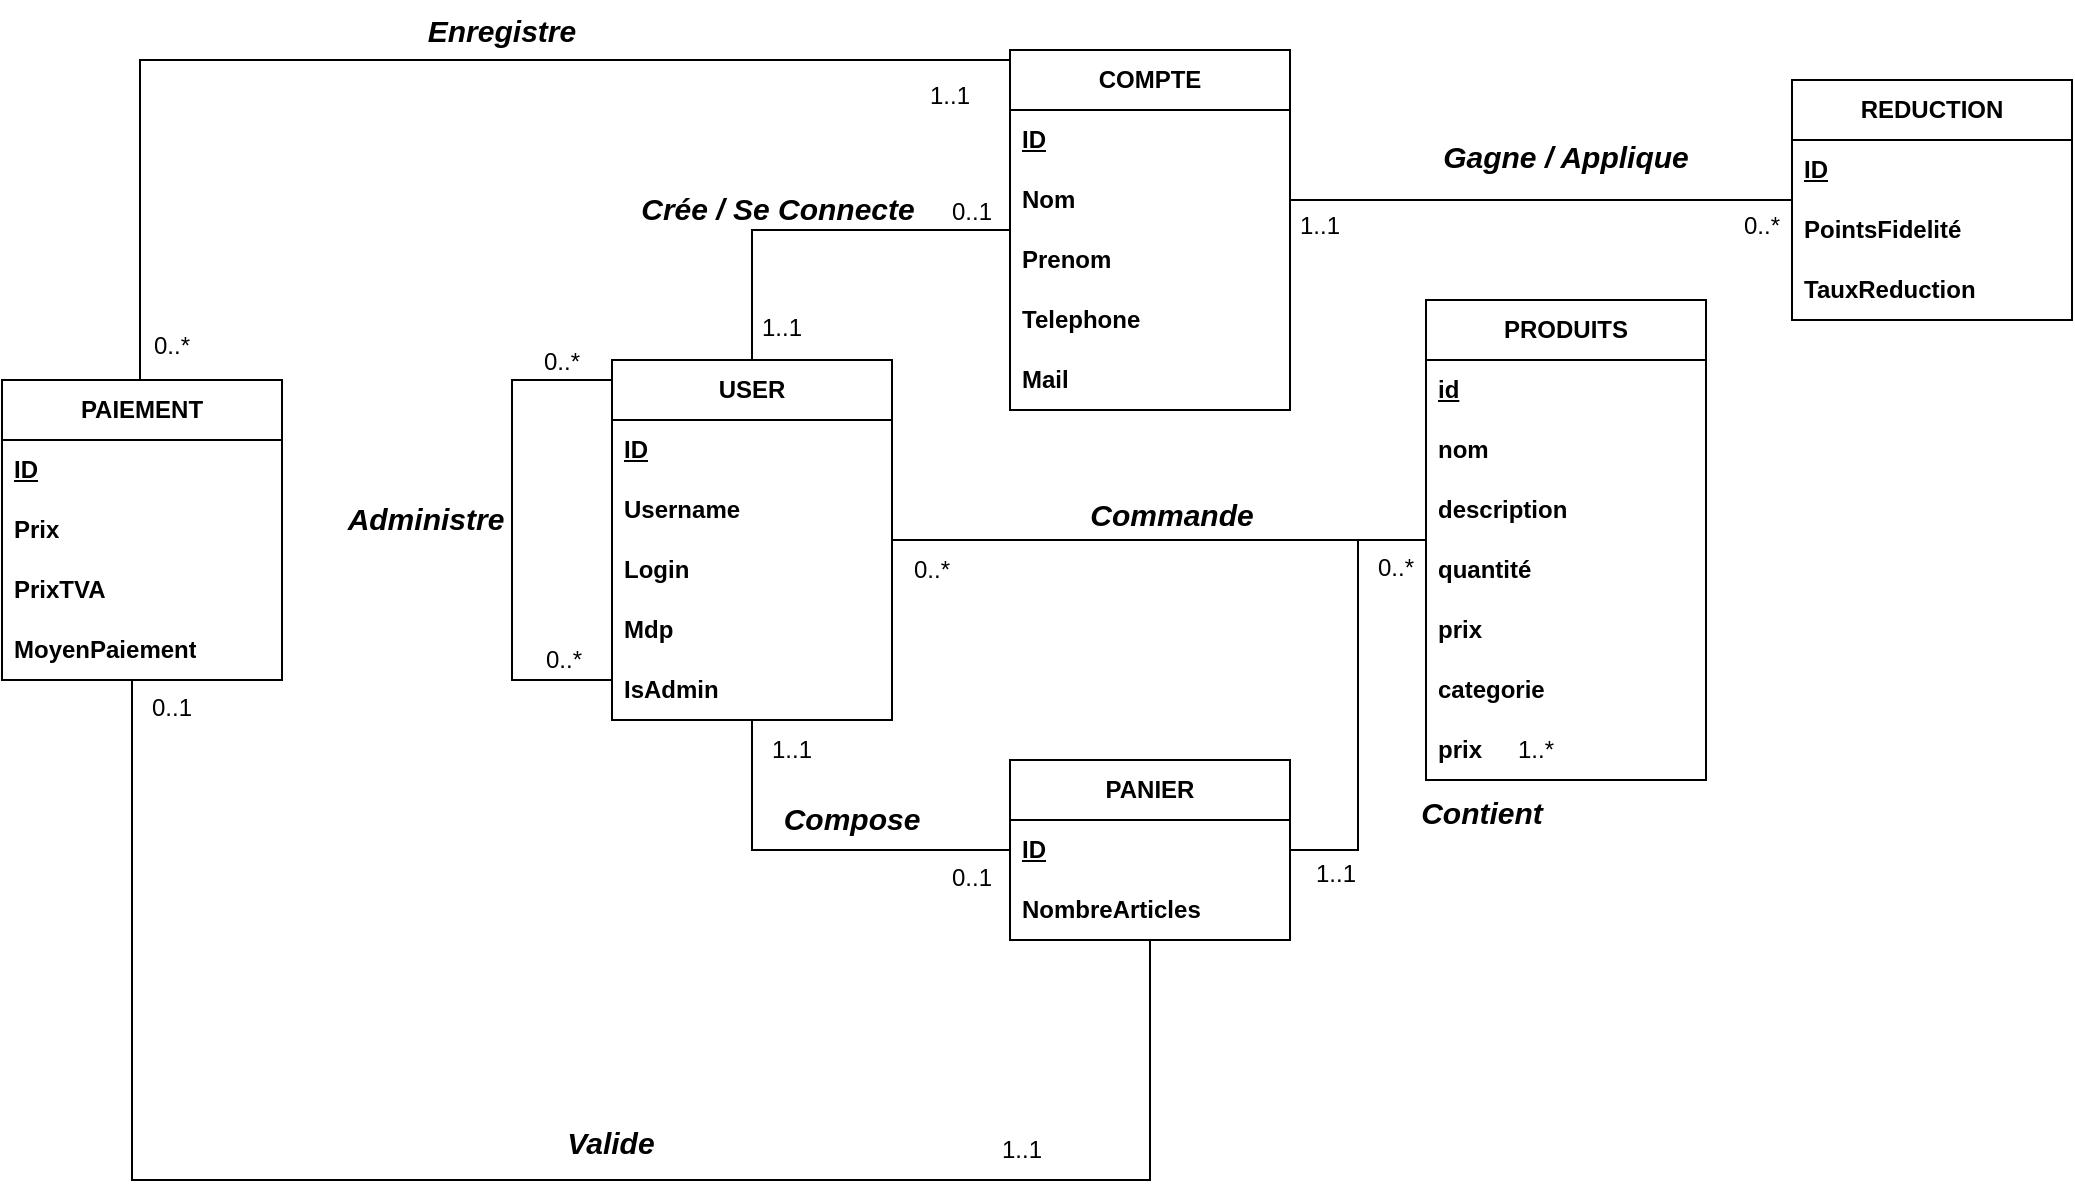
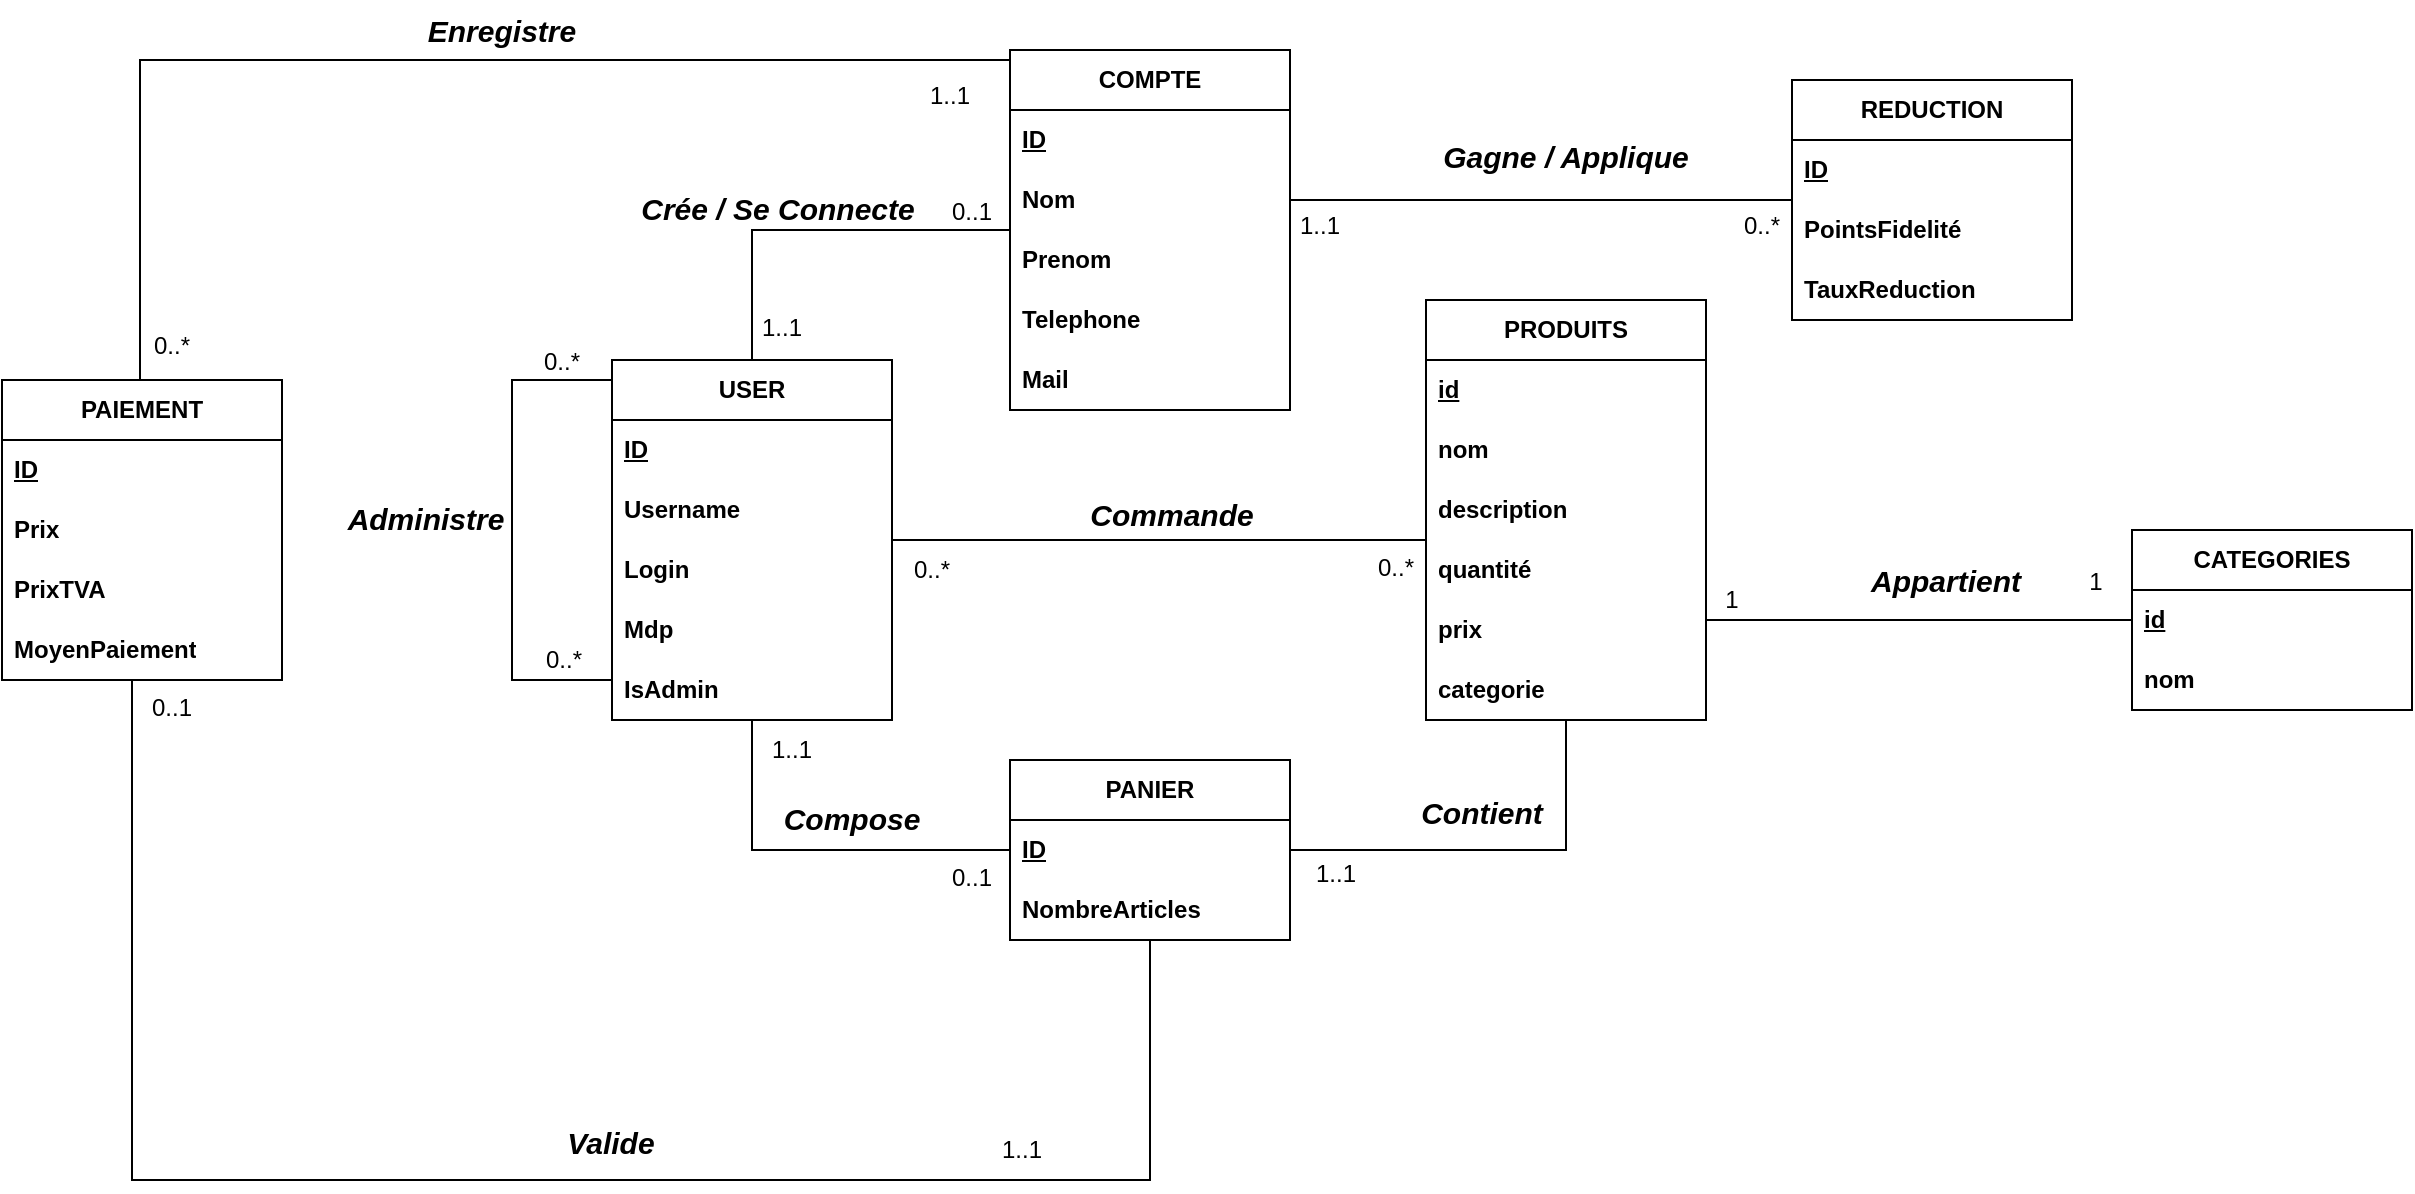
<mxfile host="app.diagrams.net" agent="Mozilla/5.0 (Windows NT 10.0; Win64; x64) AppleWebKit/537.36 (KHTML, like Gecko) Chrome/144.0.0.0 Safari/537.36">
  <diagram name="Page-1" id="twaHEqMDjoDLKVLHnj4T">
-     <mxGraphModel dx="1363" dy="422" grid="1" gridSize="10" guides="1" tooltips="1" connect="1" arrows="1" fold="1" page="1" pageScale="1" pageWidth="827" pageHeight="1169" math="0" shadow="0">
+     <mxGraphModel dx="808" dy="425" grid="1" gridSize="10" guides="1" tooltips="1" connect="1" arrows="1" fold="1" page="1" pageScale="1" pageWidth="827" pageHeight="1169" math="0" shadow="0">
      <root>
        <mxCell id="0" />
        <mxCell id="1" parent="0" />
        <mxCell id="p3Nl3JeS0iywLz82FqbD-1" parent="1" style="swimlane;fontStyle=1;childLayout=stackLayout;horizontal=1;startSize=30;horizontalStack=0;resizeParent=1;resizeParentMax=0;resizeLast=0;collapsible=1;marginBottom=0;whiteSpace=wrap;html=1;" value="PANIER" vertex="1">
          <mxGeometry height="90" width="140" x="809" y="730" as="geometry" />
        </mxCell>
        <mxCell id="p3Nl3JeS0iywLz82FqbD-2" parent="p3Nl3JeS0iywLz82FqbD-1" style="text;strokeColor=none;fillColor=none;align=left;verticalAlign=middle;spacingLeft=4;spacingRight=4;overflow=hidden;points=[[0,0.5],[1,0.5]];portConstraint=eastwest;rotatable=0;whiteSpace=wrap;html=1;fontStyle=1" value="&lt;u&gt;ID&lt;/u&gt;" vertex="1">
          <mxGeometry height="30" width="140" y="30" as="geometry" />
        </mxCell>
        <mxCell id="p3Nl3JeS0iywLz82FqbD-3" parent="p3Nl3JeS0iywLz82FqbD-1" style="text;strokeColor=none;fillColor=none;align=left;verticalAlign=middle;spacingLeft=4;spacingRight=4;overflow=hidden;points=[[0,0.5],[1,0.5]];portConstraint=eastwest;rotatable=0;whiteSpace=wrap;html=1;fontStyle=1" value="NombreArticles" vertex="1">
          <mxGeometry height="30" width="140" y="60" as="geometry" />
        </mxCell>
        <mxCell id="p3Nl3JeS0iywLz82FqbD-7" parent="1" style="swimlane;fontStyle=1;childLayout=stackLayout;horizontal=1;startSize=30;horizontalStack=0;resizeParent=1;resizeParentMax=0;resizeLast=0;collapsible=1;marginBottom=0;whiteSpace=wrap;html=1;" value="USER" vertex="1">
          <mxGeometry height="180" width="140" x="610" y="530" as="geometry" />
        </mxCell>
        <mxCell id="p3Nl3JeS0iywLz82FqbD-8" parent="p3Nl3JeS0iywLz82FqbD-7" style="text;strokeColor=none;fillColor=none;align=left;verticalAlign=middle;spacingLeft=4;spacingRight=4;overflow=hidden;points=[[0,0.5],[1,0.5]];portConstraint=eastwest;rotatable=0;whiteSpace=wrap;html=1;fontStyle=1" value="&lt;u&gt;ID&lt;/u&gt;" vertex="1">
          <mxGeometry height="30" width="140" y="30" as="geometry" />
        </mxCell>
        <mxCell id="p3Nl3JeS0iywLz82FqbD-9" parent="p3Nl3JeS0iywLz82FqbD-7" style="text;strokeColor=none;fillColor=none;align=left;verticalAlign=middle;spacingLeft=4;spacingRight=4;overflow=hidden;points=[[0,0.5],[1,0.5]];portConstraint=eastwest;rotatable=0;whiteSpace=wrap;html=1;fontStyle=1" value="Username" vertex="1">
          <mxGeometry height="30" width="140" y="60" as="geometry" />
        </mxCell>
        <mxCell id="p3Nl3JeS0iywLz82FqbD-10" parent="p3Nl3JeS0iywLz82FqbD-7" style="text;strokeColor=none;fillColor=none;align=left;verticalAlign=middle;spacingLeft=4;spacingRight=4;overflow=hidden;points=[[0,0.5],[1,0.5]];portConstraint=eastwest;rotatable=0;whiteSpace=wrap;html=1;fontStyle=1" value="Login" vertex="1">
          <mxGeometry height="30" width="140" y="90" as="geometry" />
        </mxCell>
        <mxCell id="p3Nl3JeS0iywLz82FqbD-11" parent="p3Nl3JeS0iywLz82FqbD-7" style="text;strokeColor=none;fillColor=none;align=left;verticalAlign=middle;spacingLeft=4;spacingRight=4;overflow=hidden;points=[[0,0.5],[1,0.5]];portConstraint=eastwest;rotatable=0;whiteSpace=wrap;html=1;fontStyle=1" value="Mdp" vertex="1">
          <mxGeometry height="30" width="140" y="120" as="geometry" />
        </mxCell>
        <mxCell id="p3Nl3JeS0iywLz82FqbD-12" parent="p3Nl3JeS0iywLz82FqbD-7" style="text;strokeColor=none;fillColor=none;align=left;verticalAlign=middle;spacingLeft=4;spacingRight=4;overflow=hidden;points=[[0,0.5],[1,0.5]];portConstraint=eastwest;rotatable=0;whiteSpace=wrap;html=1;fontStyle=1" value="IsAdmin" vertex="1">
          <mxGeometry height="30" width="140" y="150" as="geometry" />
        </mxCell>
        <mxCell id="p3Nl3JeS0iywLz82FqbD-13" parent="1" style="swimlane;fontStyle=1;childLayout=stackLayout;horizontal=1;startSize=30;horizontalStack=0;resizeParent=1;resizeParentMax=0;resizeLast=0;collapsible=1;marginBottom=0;whiteSpace=wrap;html=1;" value="PRODUITS" vertex="1">
-           <mxGeometry height="240" width="140" x="1017" y="500" as="geometry" />
+           <mxGeometry height="210" width="140" x="1017" y="500" as="geometry" />
        </mxCell>
        <mxCell id="p3Nl3JeS0iywLz82FqbD-14" parent="p3Nl3JeS0iywLz82FqbD-13" style="text;strokeColor=none;fillColor=none;align=left;verticalAlign=middle;spacingLeft=4;spacingRight=4;overflow=hidden;points=[[0,0.5],[1,0.5]];portConstraint=eastwest;rotatable=0;whiteSpace=wrap;html=1;fontStyle=1" value="&lt;u&gt;id&lt;/u&gt;" vertex="1">
          <mxGeometry height="30" width="140" y="30" as="geometry" />
        </mxCell>
        <mxCell id="p3Nl3JeS0iywLz82FqbD-15" parent="p3Nl3JeS0iywLz82FqbD-13" style="text;strokeColor=none;fillColor=none;align=left;verticalAlign=middle;spacingLeft=4;spacingRight=4;overflow=hidden;points=[[0,0.5],[1,0.5]];portConstraint=eastwest;rotatable=0;whiteSpace=wrap;html=1;fontStyle=1" value="nom" vertex="1">
          <mxGeometry height="30" width="140" y="60" as="geometry" />
        </mxCell>
        <mxCell id="p3Nl3JeS0iywLz82FqbD-16" parent="p3Nl3JeS0iywLz82FqbD-13" style="text;strokeColor=none;fillColor=none;align=left;verticalAlign=middle;spacingLeft=4;spacingRight=4;overflow=hidden;points=[[0,0.5],[1,0.5]];portConstraint=eastwest;rotatable=0;whiteSpace=wrap;html=1;fontStyle=1" value="description" vertex="1">
          <mxGeometry height="30" width="140" y="90" as="geometry" />
        </mxCell>
        <mxCell id="p3Nl3JeS0iywLz82FqbD-17" parent="p3Nl3JeS0iywLz82FqbD-13" style="text;strokeColor=none;fillColor=none;align=left;verticalAlign=middle;spacingLeft=4;spacingRight=4;overflow=hidden;points=[[0,0.5],[1,0.5]];portConstraint=eastwest;rotatable=0;whiteSpace=wrap;html=1;fontStyle=1" value="quantité" vertex="1">
          <mxGeometry height="30" width="140" y="120" as="geometry" />
        </mxCell>
        <mxCell id="lM0T7axmJvnzN0eevDfh-2" parent="p3Nl3JeS0iywLz82FqbD-13" style="text;strokeColor=none;fillColor=none;align=left;verticalAlign=middle;spacingLeft=4;spacingRight=4;overflow=hidden;points=[[0,0.5],[1,0.5]];portConstraint=eastwest;rotatable=0;whiteSpace=wrap;html=1;fontStyle=1" value="prix" vertex="1">
          <mxGeometry height="30" width="140" y="150" as="geometry" />
        </mxCell>
        <mxCell id="p3Nl3JeS0iywLz82FqbD-18" parent="p3Nl3JeS0iywLz82FqbD-13" style="text;strokeColor=none;fillColor=none;align=left;verticalAlign=middle;spacingLeft=4;spacingRight=4;overflow=hidden;points=[[0,0.5],[1,0.5]];portConstraint=eastwest;rotatable=0;whiteSpace=wrap;html=1;fontStyle=1" value="categorie" vertex="1">
          <mxGeometry height="30" width="140" y="180" as="geometry" />
        </mxCell>
-         <mxCell id="lM0T7axmJvnzN0eevDfh-3" parent="p3Nl3JeS0iywLz82FqbD-13" style="text;strokeColor=none;fillColor=none;align=left;verticalAlign=middle;spacingLeft=4;spacingRight=4;overflow=hidden;points=[[0,0.5],[1,0.5]];portConstraint=eastwest;rotatable=0;whiteSpace=wrap;html=1;fontStyle=1" value="prix" vertex="1">
-           <mxGeometry height="30" width="140" y="210" as="geometry" />
-         </mxCell>
        <mxCell id="p3Nl3JeS0iywLz82FqbD-20" parent="1" style="swimlane;fontStyle=1;childLayout=stackLayout;horizontal=1;startSize=30;horizontalStack=0;resizeParent=1;resizeParentMax=0;resizeLast=0;collapsible=1;marginBottom=0;whiteSpace=wrap;html=1;" value="COMPTE" vertex="1">
          <mxGeometry height="180" width="140" x="809" y="375" as="geometry" />
        </mxCell>
        <mxCell id="p3Nl3JeS0iywLz82FqbD-21" parent="p3Nl3JeS0iywLz82FqbD-20" style="text;strokeColor=none;fillColor=none;align=left;verticalAlign=middle;spacingLeft=4;spacingRight=4;overflow=hidden;points=[[0,0.5],[1,0.5]];portConstraint=eastwest;rotatable=0;whiteSpace=wrap;html=1;fontStyle=1" value="&lt;u&gt;ID&lt;/u&gt;" vertex="1">
          <mxGeometry height="30" width="140" y="30" as="geometry" />
        </mxCell>
        <mxCell id="p3Nl3JeS0iywLz82FqbD-22" parent="p3Nl3JeS0iywLz82FqbD-20" style="text;strokeColor=none;fillColor=none;align=left;verticalAlign=middle;spacingLeft=4;spacingRight=4;overflow=hidden;points=[[0,0.5],[1,0.5]];portConstraint=eastwest;rotatable=0;whiteSpace=wrap;html=1;fontStyle=1" value="Nom" vertex="1">
          <mxGeometry height="30" width="140" y="60" as="geometry" />
        </mxCell>
        <mxCell id="p3Nl3JeS0iywLz82FqbD-23" parent="p3Nl3JeS0iywLz82FqbD-20" style="text;strokeColor=none;fillColor=none;align=left;verticalAlign=middle;spacingLeft=4;spacingRight=4;overflow=hidden;points=[[0,0.5],[1,0.5]];portConstraint=eastwest;rotatable=0;whiteSpace=wrap;html=1;fontStyle=1" value="Prenom" vertex="1">
          <mxGeometry height="30" width="140" y="90" as="geometry" />
        </mxCell>
        <mxCell id="p3Nl3JeS0iywLz82FqbD-24" parent="p3Nl3JeS0iywLz82FqbD-20" style="text;strokeColor=none;fillColor=none;align=left;verticalAlign=middle;spacingLeft=4;spacingRight=4;overflow=hidden;points=[[0,0.5],[1,0.5]];portConstraint=eastwest;rotatable=0;whiteSpace=wrap;html=1;fontStyle=1" value="Telephone" vertex="1">
          <mxGeometry height="30" width="140" y="120" as="geometry" />
        </mxCell>
        <mxCell id="p3Nl3JeS0iywLz82FqbD-25" parent="p3Nl3JeS0iywLz82FqbD-20" style="text;strokeColor=none;fillColor=none;align=left;verticalAlign=middle;spacingLeft=4;spacingRight=4;overflow=hidden;points=[[0,0.5],[1,0.5]];portConstraint=eastwest;rotatable=0;whiteSpace=wrap;html=1;fontStyle=1" value="Mail" vertex="1">
          <mxGeometry height="30" width="140" y="150" as="geometry" />
        </mxCell>
        <mxCell id="p3Nl3JeS0iywLz82FqbD-28" edge="1" parent="1" source="p3Nl3JeS0iywLz82FqbD-13" style="edgeStyle=orthogonalEdgeStyle;rounded=0;orthogonalLoop=1;jettySize=auto;html=1;endArrow=none;endFill=0;" target="p3Nl3JeS0iywLz82FqbD-7">
          <mxGeometry relative="1" as="geometry">
            <Array as="points">
              <mxPoint x="950" y="620" />
              <mxPoint x="950" y="620" />
            </Array>
            <mxPoint x="920" y="560" as="sourcePoint" />
            <mxPoint x="940.0000000000052" y="635" as="targetPoint" />
          </mxGeometry>
        </mxCell>
        <mxCell id="p3Nl3JeS0iywLz82FqbD-29" parent="1" style="text;html=1;whiteSpace=wrap;strokeColor=none;fillColor=none;align=center;verticalAlign=middle;rounded=0;" value="0..*" vertex="1">
          <mxGeometry height="30" width="60" x="740" y="620" as="geometry" />
        </mxCell>
        <mxCell id="p3Nl3JeS0iywLz82FqbD-30" parent="1" style="text;html=1;whiteSpace=wrap;strokeColor=none;fillColor=none;align=center;verticalAlign=middle;rounded=0;" value="0..*" vertex="1">
          <mxGeometry height="30" width="60" x="972" y="619" as="geometry" />
        </mxCell>
-         <mxCell id="p3Nl3JeS0iywLz82FqbD-31" parent="1" style="text;html=1;whiteSpace=wrap;strokeColor=none;fillColor=none;align=center;verticalAlign=middle;rounded=0;" value="1..*" vertex="1">
-           <mxGeometry height="30" width="60" x="1042" y="710" as="geometry" />
-         </mxCell>
        <mxCell id="p3Nl3JeS0iywLz82FqbD-32" parent="1" style="text;html=1;whiteSpace=wrap;strokeColor=none;fillColor=none;align=center;verticalAlign=middle;rounded=0;" value="1..1" vertex="1">
          <mxGeometry height="30" width="60" x="942" y="772" as="geometry" />
        </mxCell>
        <mxCell id="p3Nl3JeS0iywLz82FqbD-39" edge="1" parent="1" source="p3Nl3JeS0iywLz82FqbD-7" style="edgeStyle=orthogonalEdgeStyle;rounded=0;orthogonalLoop=1;jettySize=auto;html=1;exitX=0.5;exitY=0;exitDx=0;exitDy=0;endArrow=none;endFill=0;" target="p3Nl3JeS0iywLz82FqbD-20">
          <mxGeometry relative="1" as="geometry">
            <mxPoint x="900" y="680" as="sourcePoint" />
            <mxPoint x="680" y="490" as="targetPoint" />
          </mxGeometry>
        </mxCell>
        <mxCell id="p3Nl3JeS0iywLz82FqbD-42" edge="1" parent="1" source="p3Nl3JeS0iywLz82FqbD-47" style="edgeStyle=orthogonalEdgeStyle;rounded=0;orthogonalLoop=1;jettySize=auto;html=1;entryX=1;entryY=0.5;entryDx=0;entryDy=0;endArrow=none;endFill=0;" target="p3Nl3JeS0iywLz82FqbD-22">
          <mxGeometry relative="1" as="geometry">
            <mxPoint x="1014" y="450" as="sourcePoint" />
            <mxPoint x="960" y="450" as="targetPoint" />
          </mxGeometry>
        </mxCell>
        <mxCell id="p3Nl3JeS0iywLz82FqbD-43" parent="1" style="text;html=1;whiteSpace=wrap;strokeColor=none;fillColor=none;align=center;verticalAlign=middle;rounded=0;" value="1..1" vertex="1">
          <mxGeometry height="30" width="60" x="665" y="499" as="geometry" />
        </mxCell>
        <mxCell id="p3Nl3JeS0iywLz82FqbD-44" parent="1" style="text;html=1;whiteSpace=wrap;strokeColor=none;fillColor=none;align=center;verticalAlign=middle;rounded=0;" value="0..1" vertex="1">
          <mxGeometry height="30" width="60" x="760" y="441" as="geometry" />
        </mxCell>
        <mxCell id="p3Nl3JeS0iywLz82FqbD-45" parent="1" style="text;html=1;whiteSpace=wrap;strokeColor=none;fillColor=none;align=center;verticalAlign=middle;rounded=0;" value="1..1" vertex="1">
          <mxGeometry height="30" width="60" x="934" y="448" as="geometry" />
        </mxCell>
        <mxCell id="p3Nl3JeS0iywLz82FqbD-47" parent="1" style="swimlane;fontStyle=1;childLayout=stackLayout;horizontal=1;startSize=30;horizontalStack=0;resizeParent=1;resizeParentMax=0;resizeLast=0;collapsible=1;marginBottom=0;whiteSpace=wrap;html=1;" value="REDUCTION" vertex="1">
          <mxGeometry height="120" width="140" x="1200" y="390" as="geometry" />
        </mxCell>
        <mxCell id="p3Nl3JeS0iywLz82FqbD-48" parent="p3Nl3JeS0iywLz82FqbD-47" style="text;strokeColor=none;fillColor=none;align=left;verticalAlign=middle;spacingLeft=4;spacingRight=4;overflow=hidden;points=[[0,0.5],[1,0.5]];portConstraint=eastwest;rotatable=0;whiteSpace=wrap;html=1;fontStyle=1" value="&lt;u&gt;ID&lt;/u&gt;" vertex="1">
          <mxGeometry height="30" width="140" y="30" as="geometry" />
        </mxCell>
        <mxCell id="p3Nl3JeS0iywLz82FqbD-49" parent="p3Nl3JeS0iywLz82FqbD-47" style="text;strokeColor=none;fillColor=none;align=left;verticalAlign=middle;spacingLeft=4;spacingRight=4;overflow=hidden;points=[[0,0.5],[1,0.5]];portConstraint=eastwest;rotatable=0;whiteSpace=wrap;html=1;fontStyle=1" value="PointsFidelité" vertex="1">
          <mxGeometry height="30" width="140" y="60" as="geometry" />
        </mxCell>
        <mxCell id="p3Nl3JeS0iywLz82FqbD-50" parent="p3Nl3JeS0iywLz82FqbD-47" style="text;strokeColor=none;fillColor=none;align=left;verticalAlign=middle;spacingLeft=4;spacingRight=4;overflow=hidden;points=[[0,0.5],[1,0.5]];portConstraint=eastwest;rotatable=0;whiteSpace=wrap;html=1;fontStyle=1" value="TauxReduction" vertex="1">
          <mxGeometry height="30" width="140" y="90" as="geometry" />
        </mxCell>
        <mxCell id="p3Nl3JeS0iywLz82FqbD-53" edge="1" parent="1" source="p3Nl3JeS0iywLz82FqbD-1" style="edgeStyle=orthogonalEdgeStyle;rounded=0;orthogonalLoop=1;jettySize=auto;html=1;endArrow=none;endFill=0;" target="p3Nl3JeS0iywLz82FqbD-7">
          <mxGeometry relative="1" as="geometry">
            <mxPoint x="680" y="780" as="sourcePoint" />
            <mxPoint x="360" y="840" as="targetPoint" />
          </mxGeometry>
        </mxCell>
        <mxCell id="p3Nl3JeS0iywLz82FqbD-55" parent="1" style="text;html=1;whiteSpace=wrap;strokeColor=none;fillColor=none;align=center;verticalAlign=middle;rounded=0;" value="1..1" vertex="1">
          <mxGeometry height="30" width="60" x="670" y="710" as="geometry" />
        </mxCell>
        <mxCell id="p3Nl3JeS0iywLz82FqbD-56" parent="1" style="text;html=1;whiteSpace=wrap;strokeColor=none;fillColor=none;align=center;verticalAlign=middle;rounded=0;" value="0..1" vertex="1">
          <mxGeometry height="30" width="60" x="760" y="774" as="geometry" />
        </mxCell>
        <mxCell id="p3Nl3JeS0iywLz82FqbD-58" edge="1" parent="1" source="p3Nl3JeS0iywLz82FqbD-1" style="edgeStyle=orthogonalEdgeStyle;rounded=0;orthogonalLoop=1;jettySize=auto;html=1;endArrow=none;endFill=0;" target="p3Nl3JeS0iywLz82FqbD-13">
          <mxGeometry relative="1" as="geometry">
            <mxPoint x="1087" y="780" as="sourcePoint" />
            <mxPoint x="1159" y="850" as="targetPoint" />
          </mxGeometry>
        </mxCell>
        <mxCell id="p3Nl3JeS0iywLz82FqbD-64" parent="1" style="text;html=1;whiteSpace=wrap;strokeColor=none;fillColor=none;align=center;verticalAlign=middle;rounded=0;" value="0..*" vertex="1">
          <mxGeometry height="30" width="60" x="1155" y="448" as="geometry" />
        </mxCell>
        <mxCell id="p3Nl3JeS0iywLz82FqbD-65" parent="1" style="swimlane;fontStyle=1;childLayout=stackLayout;horizontal=1;startSize=30;horizontalStack=0;resizeParent=1;resizeParentMax=0;resizeLast=0;collapsible=1;marginBottom=0;whiteSpace=wrap;html=1;" value="PAIEMENT" vertex="1">
          <mxGeometry height="150" width="140" x="305" y="540" as="geometry" />
        </mxCell>
        <mxCell id="p3Nl3JeS0iywLz82FqbD-66" parent="p3Nl3JeS0iywLz82FqbD-65" style="text;strokeColor=none;fillColor=none;align=left;verticalAlign=middle;spacingLeft=4;spacingRight=4;overflow=hidden;points=[[0,0.5],[1,0.5]];portConstraint=eastwest;rotatable=0;whiteSpace=wrap;html=1;fontStyle=1" value="&lt;u&gt;ID&lt;/u&gt;" vertex="1">
          <mxGeometry height="30" width="140" y="30" as="geometry" />
        </mxCell>
        <mxCell id="p3Nl3JeS0iywLz82FqbD-69" parent="p3Nl3JeS0iywLz82FqbD-65" style="text;strokeColor=none;fillColor=none;align=left;verticalAlign=middle;spacingLeft=4;spacingRight=4;overflow=hidden;points=[[0,0.5],[1,0.5]];portConstraint=eastwest;rotatable=0;whiteSpace=wrap;html=1;fontStyle=1" value="Prix" vertex="1">
          <mxGeometry height="30" width="140" y="60" as="geometry" />
        </mxCell>
        <mxCell id="p3Nl3JeS0iywLz82FqbD-70" parent="p3Nl3JeS0iywLz82FqbD-65" style="text;strokeColor=none;fillColor=none;align=left;verticalAlign=middle;spacingLeft=4;spacingRight=4;overflow=hidden;points=[[0,0.5],[1,0.5]];portConstraint=eastwest;rotatable=0;whiteSpace=wrap;html=1;fontStyle=1" value="PrixTVA" vertex="1">
          <mxGeometry height="30" width="140" y="90" as="geometry" />
        </mxCell>
        <mxCell id="aAGUZxtX3wkmC4jyIYF0-7" parent="p3Nl3JeS0iywLz82FqbD-65" style="text;strokeColor=none;fillColor=none;align=left;verticalAlign=middle;spacingLeft=4;spacingRight=4;overflow=hidden;points=[[0,0.5],[1,0.5]];portConstraint=eastwest;rotatable=0;whiteSpace=wrap;html=1;fontStyle=1" value="MoyenPaiement" vertex="1">
          <mxGeometry height="30" width="140" y="120" as="geometry" />
        </mxCell>
        <mxCell id="p3Nl3JeS0iywLz82FqbD-72" edge="1" parent="1" source="p3Nl3JeS0iywLz82FqbD-65" style="edgeStyle=orthogonalEdgeStyle;rounded=0;orthogonalLoop=1;jettySize=auto;html=1;endArrow=none;endFill=0;" target="p3Nl3JeS0iywLz82FqbD-20">
          <mxGeometry relative="1" as="geometry">
            <Array as="points">
              <mxPoint x="374" y="380" />
            </Array>
            <mxPoint x="550" y="390" as="sourcePoint" />
            <mxPoint x="809.1399999999999" y="392.64" as="targetPoint" />
          </mxGeometry>
        </mxCell>
        <mxCell id="p3Nl3JeS0iywLz82FqbD-76" edge="1" parent="1" source="p3Nl3JeS0iywLz82FqbD-1" style="edgeStyle=orthogonalEdgeStyle;rounded=0;orthogonalLoop=1;jettySize=auto;html=1;endArrow=none;endFill=0;" target="p3Nl3JeS0iywLz82FqbD-65">
          <mxGeometry relative="1" as="geometry">
            <Array as="points">
              <mxPoint x="879" y="940" />
              <mxPoint x="370" y="940" />
            </Array>
            <mxPoint x="620" y="930" as="sourcePoint" />
            <mxPoint x="470" y="830" as="targetPoint" />
          </mxGeometry>
        </mxCell>
        <mxCell id="p3Nl3JeS0iywLz82FqbD-77" parent="1" style="text;html=1;whiteSpace=wrap;strokeColor=none;fillColor=none;align=center;verticalAlign=middle;rounded=0;" value="1..1" vertex="1">
          <mxGeometry height="30" width="60" x="749" y="383" as="geometry" />
        </mxCell>
        <mxCell id="p3Nl3JeS0iywLz82FqbD-78" parent="1" style="text;html=1;whiteSpace=wrap;strokeColor=none;fillColor=none;align=center;verticalAlign=middle;rounded=0;" value="0..*" vertex="1">
          <mxGeometry height="30" width="60" x="360" y="508" as="geometry" />
        </mxCell>
        <mxCell id="p3Nl3JeS0iywLz82FqbD-79" parent="1" style="text;html=1;whiteSpace=wrap;strokeColor=none;fillColor=none;align=center;verticalAlign=middle;rounded=0;" value="1..1" vertex="1">
          <mxGeometry height="30" width="60" x="785" y="910" as="geometry" />
        </mxCell>
        <mxCell id="p3Nl3JeS0iywLz82FqbD-80" parent="1" style="text;html=1;whiteSpace=wrap;strokeColor=none;fillColor=none;align=center;verticalAlign=middle;rounded=0;" value="0..1" vertex="1">
          <mxGeometry height="30" width="60" x="360" y="689" as="geometry" />
        </mxCell>
        <mxCell id="JSqtwzLamOZge-rmcTMJ-1" edge="1" parent="1" source="p3Nl3JeS0iywLz82FqbD-7" style="edgeStyle=orthogonalEdgeStyle;rounded=0;orthogonalLoop=1;jettySize=auto;html=1;endArrow=none;endFill=0;" target="p3Nl3JeS0iywLz82FqbD-7">
          <mxGeometry relative="1" as="geometry">
            <Array as="points">
              <mxPoint x="560" y="690" />
              <mxPoint x="560" y="540" />
            </Array>
            <mxPoint x="520" y="690" as="sourcePoint" />
            <mxPoint x="839" y="630" as="targetPoint" />
          </mxGeometry>
        </mxCell>
        <mxCell id="JSqtwzLamOZge-rmcTMJ-2" parent="1" style="text;whiteSpace=wrap;html=1;align=center;" value="&lt;span style=&quot;font-size: 15px;&quot;&gt;&lt;b&gt;&lt;i&gt;Administre&lt;/i&gt;&lt;/b&gt;&lt;/span&gt;" vertex="1">
          <mxGeometry height="40" width="90" x="472" y="594" as="geometry" />
        </mxCell>
        <mxCell id="JSqtwzLamOZge-rmcTMJ-3" parent="1" style="text;whiteSpace=wrap;html=1;align=center;" value="&lt;span style=&quot;font-size: 15px;&quot;&gt;&lt;b&gt;&lt;i&gt;Enregistre&lt;/i&gt;&lt;/b&gt;&lt;/span&gt;" vertex="1">
          <mxGeometry height="40" width="90" x="510" y="350" as="geometry" />
        </mxCell>
        <mxCell id="JSqtwzLamOZge-rmcTMJ-4" parent="1" style="text;whiteSpace=wrap;html=1;align=center;" value="&lt;span style=&quot;font-size: 15px;&quot;&gt;&lt;b&gt;&lt;i&gt;Crée / Se Connecte&lt;/i&gt;&lt;/b&gt;&lt;/span&gt;" vertex="1">
          <mxGeometry height="40" width="164" x="611" y="439" as="geometry" />
        </mxCell>
        <mxCell id="JSqtwzLamOZge-rmcTMJ-5" parent="1" style="text;html=1;whiteSpace=wrap;strokeColor=none;fillColor=none;align=center;verticalAlign=middle;rounded=0;" value="0..*" vertex="1">
          <mxGeometry height="30" width="60" x="555" y="516" as="geometry" />
        </mxCell>
        <mxCell id="JSqtwzLamOZge-rmcTMJ-6" parent="1" style="text;html=1;whiteSpace=wrap;strokeColor=none;fillColor=none;align=center;verticalAlign=middle;rounded=0;" value="0..*" vertex="1">
          <mxGeometry height="30" width="60" x="556" y="665" as="geometry" />
        </mxCell>
        <mxCell id="JSqtwzLamOZge-rmcTMJ-7" parent="1" style="text;whiteSpace=wrap;html=1;align=center;" value="&lt;span style=&quot;font-size: 15px;&quot;&gt;&lt;b&gt;&lt;i&gt;Gagne / Applique&lt;/i&gt;&lt;/b&gt;&lt;/span&gt;" vertex="1">
          <mxGeometry height="40" width="126" x="1024" y="413" as="geometry" />
        </mxCell>
        <mxCell id="JSqtwzLamOZge-rmcTMJ-9" parent="1" style="text;whiteSpace=wrap;html=1;align=center;" value="&lt;span style=&quot;font-size: 15px;&quot;&gt;&lt;b&gt;&lt;i&gt;Commande&lt;/i&gt;&lt;/b&gt;&lt;/span&gt;" vertex="1">
          <mxGeometry height="40" width="90" x="845" y="592" as="geometry" />
        </mxCell>
        <mxCell id="JSqtwzLamOZge-rmcTMJ-10" parent="1" style="text;whiteSpace=wrap;html=1;align=center;" value="&lt;span style=&quot;font-size: 15px;&quot;&gt;&lt;b&gt;&lt;i&gt;Compose&lt;/i&gt;&lt;/b&gt;&lt;/span&gt;" vertex="1">
          <mxGeometry height="40" width="90" x="685" y="744" as="geometry" />
        </mxCell>
        <mxCell id="JSqtwzLamOZge-rmcTMJ-11" parent="1" style="text;whiteSpace=wrap;html=1;align=center;" value="&lt;span style=&quot;font-size: 15px;&quot;&gt;&lt;b&gt;&lt;i&gt;Contient&lt;/i&gt;&lt;/b&gt;&lt;/span&gt;" vertex="1">
          <mxGeometry height="40" width="90" x="1000" y="741" as="geometry" />
        </mxCell>
        <mxCell id="JSqtwzLamOZge-rmcTMJ-12" parent="1" style="text;whiteSpace=wrap;html=1;align=center;" value="&lt;span style=&quot;font-size: 15px;&quot;&gt;&lt;b&gt;&lt;i&gt;Valide&lt;/i&gt;&lt;/b&gt;&lt;/span&gt;" vertex="1">
          <mxGeometry height="40" width="121" x="549" y="906" as="geometry" />
+         </mxCell>
+         <mxCell id="WSCOF7O_pokyUcjj7Umc-1" parent="1" style="swimlane;fontStyle=1;childLayout=stackLayout;horizontal=1;startSize=30;horizontalStack=0;resizeParent=1;resizeParentMax=0;resizeLast=0;collapsible=1;marginBottom=0;whiteSpace=wrap;html=1;" value="CATEGORIES" vertex="1">
+           <mxGeometry height="90" width="140" x="1370" y="615" as="geometry" />
+         </mxCell>
+         <mxCell id="WSCOF7O_pokyUcjj7Umc-2" parent="WSCOF7O_pokyUcjj7Umc-1" style="text;strokeColor=none;fillColor=none;align=left;verticalAlign=middle;spacingLeft=4;spacingRight=4;overflow=hidden;points=[[0,0.5],[1,0.5]];portConstraint=eastwest;rotatable=0;whiteSpace=wrap;html=1;fontStyle=1" value="&lt;u&gt;id&lt;/u&gt;" vertex="1">
+           <mxGeometry height="30" width="140" y="30" as="geometry" />
+         </mxCell>
+         <mxCell id="WSCOF7O_pokyUcjj7Umc-3" parent="WSCOF7O_pokyUcjj7Umc-1" style="text;strokeColor=none;fillColor=none;align=left;verticalAlign=middle;spacingLeft=4;spacingRight=4;overflow=hidden;points=[[0,0.5],[1,0.5]];portConstraint=eastwest;rotatable=0;whiteSpace=wrap;html=1;fontStyle=1" value="nom" vertex="1">
+           <mxGeometry height="30" width="140" y="60" as="geometry" />
+         </mxCell>
+         <mxCell id="WSCOF7O_pokyUcjj7Umc-8" edge="1" parent="1" source="p3Nl3JeS0iywLz82FqbD-13" style="edgeStyle=orthogonalEdgeStyle;rounded=0;orthogonalLoop=1;jettySize=auto;html=1;endArrow=none;endFill=0;" target="WSCOF7O_pokyUcjj7Umc-1">
+           <mxGeometry relative="1" as="geometry">
+             <Array as="points">
+               <mxPoint x="1350" y="660" />
+             </Array>
+             <mxPoint x="1527" y="660" as="sourcePoint" />
+             <mxPoint x="1260" y="660" as="targetPoint" />
+           </mxGeometry>
+         </mxCell>
+         <mxCell id="WSCOF7O_pokyUcjj7Umc-9" parent="1" style="text;whiteSpace=wrap;html=1;align=center;" value="&lt;span style=&quot;font-size: 15px;&quot;&gt;&lt;b&gt;&lt;i&gt;Appartient&lt;/i&gt;&lt;/b&gt;&lt;/span&gt;" vertex="1">
+           <mxGeometry height="40" width="90" x="1232" y="625" as="geometry" />
+         </mxCell>
+         <mxCell id="WSCOF7O_pokyUcjj7Umc-10" parent="1" style="text;html=1;whiteSpace=wrap;strokeColor=none;fillColor=none;align=center;verticalAlign=middle;rounded=0;" value="1" vertex="1">
+           <mxGeometry height="30" width="60" x="1140" y="635" as="geometry" />
+         </mxCell>
+         <mxCell id="WSCOF7O_pokyUcjj7Umc-11" parent="1" style="text;html=1;whiteSpace=wrap;strokeColor=none;fillColor=none;align=center;verticalAlign=middle;rounded=0;" value="1" vertex="1">
+           <mxGeometry height="30" width="60" x="1322" y="626" as="geometry" />
        </mxCell>
      </root>
    </mxGraphModel>
  </diagram>
</mxfile>
